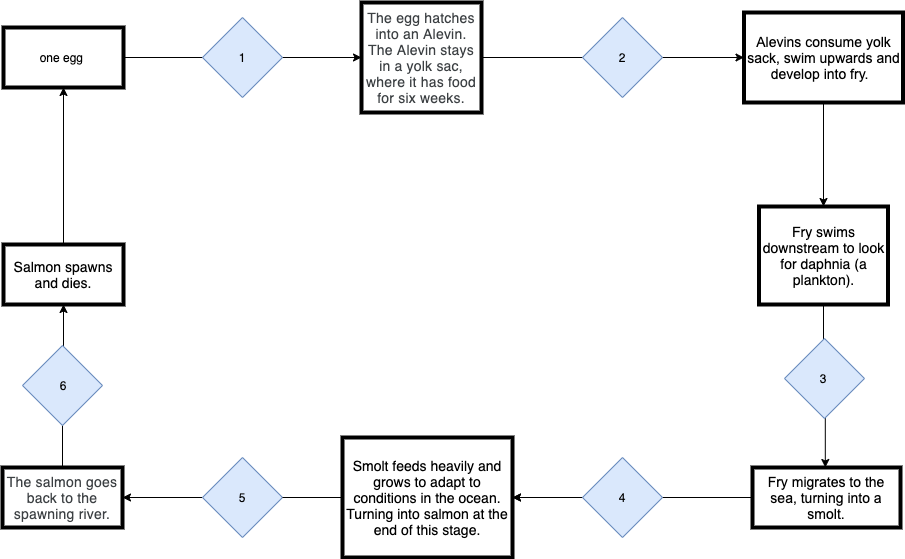
callysto/lesson-plans keeps this draw.io diagram as notebooks/salmon-fishing/images/Life_Cycle.png. Above is the earlier version. Source tidied: cells renumbered, new cells last; positions are measured from the earlier drawing's top-left corner, leaving out a move shared by most shapes. Its diagram source:
```xml
<mxGraphModel math="1">
  <root>
    <mxCell id="0" />
    <mxCell id="1" parent="0" />
    <mxCell id="2" style="edgeStyle=orthogonalEdgeStyle;rounded=0;jettySize=auto;html=1;" parent="1" edge="1" source="3" target="5">
      <mxGeometry relative="1" as="geometry" />
    </mxCell>
    <mxCell id="3" value="one egg&amp;nbsp;" style="rounded=0;whiteSpace=wrap;html=1;strokeWidth=4;" parent="1" vertex="1">
      <mxGeometry x="1" y="25" width="120" height="60" as="geometry" />
    </mxCell>
    <mxCell id="4" style="edgeStyle=orthogonalEdgeStyle;rounded=0;jettySize=auto;html=1;" parent="1" edge="1" source="5" target="7">
      <mxGeometry relative="1" as="geometry" />
    </mxCell>
    <mxCell id="5" value="&lt;span style=&quot;color: rgb(60 , 64 , 67) ; font-size: 14px ; letter-spacing: 0.2px ; text-align: left ; background-color: rgb(255 , 255 , 255)&quot;&gt;The egg hatches into an Alevin. The Alevin stays in a yolk sac, where it has food for six weeks.&lt;/span&gt;" style="whiteSpace=wrap;html=1;rounded=0;strokeWidth=4;" parent="1" vertex="1">
      <mxGeometry x="359" width="120" height="110" as="geometry" />
    </mxCell>
    <mxCell id="6" style="edgeStyle=orthogonalEdgeStyle;rounded=0;jettySize=auto;html=1;" parent="1" edge="1" source="7" target="9">
      <mxGeometry relative="1" as="geometry" />
    </mxCell>
    <mxCell id="7" value="&lt;font style=&quot;font-size: 14px&quot;&gt;&lt;span id=&quot;docs-internal-guid-9cf1933e-7fff-e77f-7c76-24e87ac06113&quot;&gt;&lt;span style=&quot;font-family: &amp;#34;arial&amp;#34; ; background-color: rgb(255 , 255 , 255) ; vertical-align: baseline&quot;&gt;Alevins consume yolk sack, swim upwards and develop into fry. &lt;/span&gt;&lt;/span&gt;&amp;nbsp;&lt;/font&gt;" style="whiteSpace=wrap;html=1;rounded=0;strokeWidth=4;" parent="1" vertex="1">
      <mxGeometry x="741.5" y="10" width="159" height="90" as="geometry" />
    </mxCell>
    <mxCell id="8" style="edgeStyle=orthogonalEdgeStyle;rounded=0;jettySize=auto;html=1;entryX=0.492;entryY=0;entryDx=0;entryDy=0;entryPerimeter=0;" parent="1" edge="1" source="9" target="11">
      <mxGeometry relative="1" as="geometry" />
    </mxCell>
    <mxCell id="9" value="&lt;font style=&quot;font-size: 14px&quot;&gt;Fry swims downstream to look for daphnia (a plankton).&lt;/font&gt;" style="whiteSpace=wrap;html=1;rounded=0;strokeWidth=4;" parent="1" vertex="1">
      <mxGeometry x="756.5" y="204" width="129" height="98" as="geometry" />
    </mxCell>
    <mxCell id="10" style="edgeStyle=orthogonalEdgeStyle;rounded=0;jettySize=auto;html=1;" parent="1" edge="1" source="11" target="13">
      <mxGeometry relative="1" as="geometry" />
    </mxCell>
    <mxCell id="11" value="&lt;span id=&quot;docs-internal-guid-00f356fd-7fff-64b0-d582-ce32b85f8381&quot;&gt;&lt;span style=&quot;font-family: &amp;#34;arial&amp;#34; ; background-color: rgb(255 , 255 , 255) ; vertical-align: baseline&quot;&gt;&lt;font style=&quot;font-size: 14px&quot;&gt;Fry migrates to the sea, turning into a smolt.&lt;/font&gt;&lt;/span&gt;&lt;/span&gt;" style="whiteSpace=wrap;html=1;rounded=0;strokeWidth=4;" parent="1" vertex="1">
      <mxGeometry x="750" y="465" width="148" height="60" as="geometry" />
    </mxCell>
    <mxCell id="12" style="edgeStyle=orthogonalEdgeStyle;rounded=0;jettySize=auto;html=1;" parent="1" edge="1" source="29" target="15">
      <mxGeometry relative="1" as="geometry" />
    </mxCell>
    <mxCell id="13" value="&lt;span id=&quot;docs-internal-guid-3c3a2637-7fff-790e-e4d3-d9a74cab27d3&quot;&gt;&lt;span style=&quot;background-color: rgb(255 , 255 , 255) ; vertical-align: baseline&quot;&gt;&lt;font style=&quot;font-size: 14px&quot;&gt;Smolt feeds heavily and grows to adapt to conditions in the ocean. Turning into salmon at the end of this stage. &lt;/font&gt;&lt;/span&gt;&lt;/span&gt;" style="whiteSpace=wrap;html=1;rounded=0;strokeWidth=4;" parent="1" vertex="1">
      <mxGeometry x="340" y="435" width="170" height="120" as="geometry" />
    </mxCell>
    <mxCell id="14" style="edgeStyle=orthogonalEdgeStyle;rounded=0;jettySize=auto;html=1;entryX=0.5;entryY=1;entryDx=0;entryDy=0;" parent="1" edge="1" source="15" target="17">
      <mxGeometry relative="1" as="geometry" />
    </mxCell>
    <mxCell id="15" value="&lt;span style=&quot;color: rgb(60 , 64 , 67) ; font-family: &amp;#34;roboto&amp;#34; , &amp;#34;robotodraft&amp;#34; , &amp;#34;helvetica&amp;#34; , &amp;#34;arial&amp;#34; , sans-serif ; font-size: 14px ; letter-spacing: 0.2px ; text-align: left ; background-color: rgb(255 , 255 , 255)&quot;&gt;The salmon goes back to the spawning river.&lt;/span&gt;" style="whiteSpace=wrap;html=1;rounded=0;strokeWidth=4;" parent="1" vertex="1">
      <mxGeometry y="465" width="120" height="60" as="geometry" />
    </mxCell>
    <mxCell id="16" style="edgeStyle=orthogonalEdgeStyle;rounded=0;jettySize=auto;html=1;entryX=0.5;entryY=1;entryDx=0;entryDy=0;" parent="1" edge="1" source="17" target="3">
      <mxGeometry relative="1" as="geometry" />
    </mxCell>
    <mxCell id="17" value="&lt;font style=&quot;font-size: 14px&quot;&gt;Salmon spawns and dies.&lt;/font&gt;" style="whiteSpace=wrap;html=1;rounded=0;strokeWidth=4;" parent="1" vertex="1">
      <mxGeometry x="1" y="242" width="120" height="60" as="geometry" />
    </mxCell>
    <mxCell id="18" style="rhombus;whiteSpace=wrap;html=1;fillColor=#dae8fc;strokeColor=#6c8ebf;" parent="1" vertex="1">
      <mxGeometry x="200" y="15" width="80" height="80" as="geometry" />
    </mxCell>
    <mxCell id="19" style="rhombus;whiteSpace=wrap;html=1;fillColor=#dae8fc;strokeColor=#6c8ebf;" parent="1" vertex="1">
      <mxGeometry x="580" y="15" width="80" height="80" as="geometry" />
    </mxCell>
    <mxCell id="20" style="rhombus;whiteSpace=wrap;html=1;fillColor=#dae8fc;strokeColor=#6c8ebf;" parent="1" vertex="1">
      <mxGeometry x="782" y="336" width="80" height="80" as="geometry" />
    </mxCell>
    <mxCell id="21" style="edgeStyle=orthogonalEdgeStyle;rounded=0;jettySize=auto;html=1;" parent="1" edge="1" source="22" target="13">
      <mxGeometry relative="1" as="geometry" />
    </mxCell>
    <mxCell id="22" style="rhombus;whiteSpace=wrap;html=1;fillColor=#dae8fc;strokeColor=#6c8ebf;" parent="1" vertex="1">
      <mxGeometry x="580" y="455" width="80" height="80" as="geometry" />
    </mxCell>
    <mxCell id="23" style="rhombus;whiteSpace=wrap;html=1;fillColor=#dae8fc;strokeColor=#6c8ebf;" parent="1" vertex="1">
      <mxGeometry x="20" y="343" width="80" height="80" as="geometry" />
    </mxCell>
    <mxCell id="24" value="1" style="text;html=1;strokeColor=none;fillColor=none;align=center;verticalAlign=middle;whiteSpace=wrap;rounded=0;" parent="1" vertex="1">
      <mxGeometry x="220" y="45" width="40" height="20" as="geometry" />
    </mxCell>
    <mxCell id="25" value="2" style="text;html=1;strokeColor=none;fillColor=none;align=center;verticalAlign=middle;whiteSpace=wrap;rounded=0;" parent="1" vertex="1">
      <mxGeometry x="600" y="45" width="40" height="20" as="geometry" />
    </mxCell>
    <mxCell id="26" value="3" style="text;html=1;strokeColor=none;fillColor=none;align=center;verticalAlign=middle;whiteSpace=wrap;rounded=0;" parent="1" vertex="1">
      <mxGeometry x="801" y="366" width="40" height="20" as="geometry" />
    </mxCell>
    <mxCell id="27" value="4" style="text;html=1;strokeColor=none;fillColor=none;align=center;verticalAlign=middle;whiteSpace=wrap;rounded=0;" parent="1" vertex="1">
      <mxGeometry x="600" y="485" width="40" height="20" as="geometry" />
    </mxCell>
    <mxCell id="28" value="6" style="text;html=1;strokeColor=none;fillColor=none;align=center;verticalAlign=middle;whiteSpace=wrap;rounded=0;" parent="1" vertex="1">
      <mxGeometry x="42" y="373" width="38" height="20" as="geometry" />
    </mxCell>
    <mxCell id="29" style="rhombus;whiteSpace=wrap;html=1;fillColor=#dae8fc;strokeColor=#6c8ebf;" parent="1" vertex="1">
      <mxGeometry x="200" y="455" width="80" height="80" as="geometry" />
    </mxCell>
    <mxCell id="30" value="5" style="text;html=1;strokeColor=none;fillColor=none;align=center;verticalAlign=middle;whiteSpace=wrap;rounded=0;" parent="1" vertex="1">
      <mxGeometry x="220" y="485" width="40" height="20" as="geometry" />
    </mxCell>
    <mxCell id="31" style="endArrow=none;html=1;exitX=1;exitY=0.5;exitDx=0;exitDy=0;entryX=0;entryY=0.5;entryDx=0;entryDy=0;" parent="1" edge="1" source="29" target="13">
      <mxGeometry relative="1" as="geometry" />
    </mxCell>
  </root>
</mxGraphModel>
```
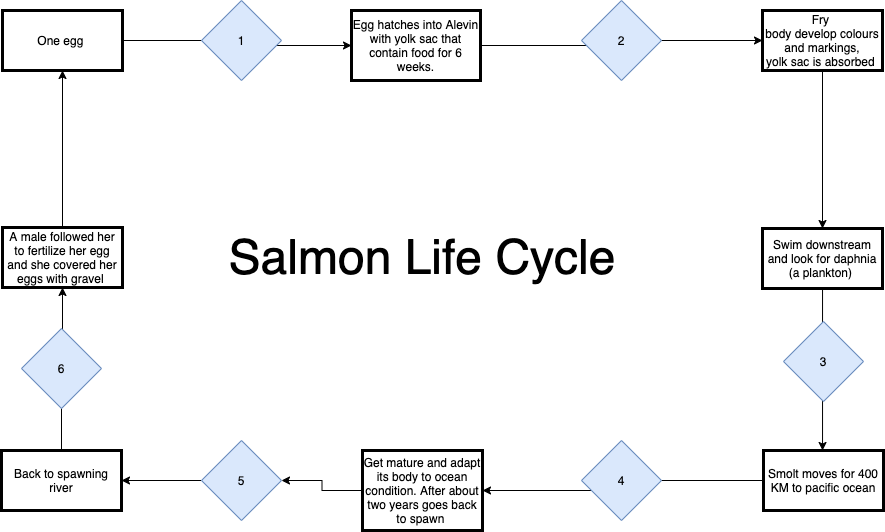
The same file after the commit.

Diff of the diagram source:
```diff
@@ -5,92 +5,74 @@
     <mxCell id="2" style="edgeStyle=orthogonalEdgeStyle;rounded=0;jettySize=auto;html=1;" parent="1" edge="1" source="3" target="5">
       <mxGeometry relative="1" as="geometry" />
     </mxCell>
-    <mxCell id="3" value="one egg&amp;nbsp;" style="rounded=0;whiteSpace=wrap;html=1;strokeWidth=4;" parent="1" vertex="1">
+    <mxCell id="3" value="One egg&amp;nbsp;" style="rounded=0;whiteSpace=wrap;html=1;strokeWidth=3;" parent="1" vertex="1">
       <mxGeometry x="1" y="25" width="120" height="60" as="geometry" />
     </mxCell>
     <mxCell id="4" style="edgeStyle=orthogonalEdgeStyle;rounded=0;jettySize=auto;html=1;" parent="1" edge="1" source="5" target="7">
       <mxGeometry relative="1" as="geometry" />
     </mxCell>
-    <mxCell id="5" value="&lt;span style=&quot;color: rgb(60 , 64 , 67) ; font-size: 14px ; letter-spacing: 0.2px ; text-align: left ; background-color: rgb(255 , 255 , 255)&quot;&gt;The egg hatches into an Alevin. The Alevin stays in a yolk sac, where it has food for six weeks.&lt;/span&gt;" style="whiteSpace=wrap;html=1;rounded=0;strokeWidth=4;" parent="1" vertex="1">
-      <mxGeometry x="359" width="120" height="110" as="geometry" />
+    <mxCell id="5" value="Egg hatches into Alevin with yolk sac that contain food for 6 weeks." style="whiteSpace=wrap;html=1;rounded=0;strokeWidth=3;" parent="1" vertex="1">
+      <mxGeometry x="350" y="25" width="129" height="70" as="geometry" />
     </mxCell>
     <mxCell id="6" style="edgeStyle=orthogonalEdgeStyle;rounded=0;jettySize=auto;html=1;" parent="1" edge="1" source="7" target="9">
       <mxGeometry relative="1" as="geometry" />
     </mxCell>
-    <mxCell id="7" value="&lt;font style=&quot;font-size: 14px&quot;&gt;&lt;span id=&quot;docs-internal-guid-9cf1933e-7fff-e77f-7c76-24e87ac06113&quot;&gt;&lt;span style=&quot;font-family: &amp;#34;arial&amp;#34; ; background-color: rgb(255 , 255 , 255) ; vertical-align: baseline&quot;&gt;Alevins consume yolk sack, swim upwards and develop into fry. &lt;/span&gt;&lt;/span&gt;&amp;nbsp;&lt;/font&gt;" style="whiteSpace=wrap;html=1;rounded=0;strokeWidth=4;" parent="1" vertex="1">
-      <mxGeometry x="741.5" y="10" width="159" height="90" as="geometry" />
+    <mxCell id="7" value="Fry&amp;nbsp;&lt;br&gt;body develop colours and markings,&lt;br&gt;yolk sac is absorbed&amp;nbsp;" style="whiteSpace=wrap;html=1;rounded=0;strokeWidth=3;" parent="1" vertex="1">
+      <mxGeometry x="761" y="25" width="120" height="60" as="geometry" />
     </mxCell>
     <mxCell id="8" style="edgeStyle=orthogonalEdgeStyle;rounded=0;jettySize=auto;html=1;entryX=0.492;entryY=0;entryDx=0;entryDy=0;entryPerimeter=0;" parent="1" edge="1" source="9" target="11">
       <mxGeometry relative="1" as="geometry" />
     </mxCell>
-    <mxCell id="9" value="&lt;font style=&quot;font-size: 14px&quot;&gt;Fry swims downstream to look for daphnia (a plankton).&lt;/font&gt;" style="whiteSpace=wrap;html=1;rounded=0;strokeWidth=4;" parent="1" vertex="1">
-      <mxGeometry x="756.5" y="204" width="129" height="98" as="geometry" />
+    <mxCell id="9" value="Swim downstream and look for daphnia (a plankton)&amp;nbsp;" style="whiteSpace=wrap;html=1;rounded=0;strokeWidth=3;" parent="1" vertex="1">
+      <mxGeometry x="761" y="243" width="120" height="60" as="geometry" />
     </mxCell>
     <mxCell id="10" style="edgeStyle=orthogonalEdgeStyle;rounded=0;jettySize=auto;html=1;" parent="1" edge="1" source="11" target="13">
       <mxGeometry relative="1" as="geometry" />
     </mxCell>
-    <mxCell id="11" value="&lt;span id=&quot;docs-internal-guid-00f356fd-7fff-64b0-d582-ce32b85f8381&quot;&gt;&lt;span style=&quot;font-family: &amp;#34;arial&amp;#34; ; background-color: rgb(255 , 255 , 255) ; vertical-align: baseline&quot;&gt;&lt;font style=&quot;font-size: 14px&quot;&gt;Fry migrates to the sea, turning into a smolt.&lt;/font&gt;&lt;/span&gt;&lt;/span&gt;" style="whiteSpace=wrap;html=1;rounded=0;strokeWidth=4;" parent="1" vertex="1">
-      <mxGeometry x="750" y="465" width="148" height="60" as="geometry" />
+    <mxCell id="11" value="Smolt moves for 400 KM to pacific ocean" style="whiteSpace=wrap;html=1;rounded=0;strokeWidth=3;" parent="1" vertex="1">
+      <mxGeometry x="762" y="465" width="120" height="60" as="geometry" />
     </mxCell>
     <mxCell id="12" style="edgeStyle=orthogonalEdgeStyle;rounded=0;jettySize=auto;html=1;" parent="1" edge="1" source="29" target="15">
       <mxGeometry relative="1" as="geometry" />
     </mxCell>
-    <mxCell id="13" value="&lt;span id=&quot;docs-internal-guid-3c3a2637-7fff-790e-e4d3-d9a74cab27d3&quot;&gt;&lt;span style=&quot;background-color: rgb(255 , 255 , 255) ; vertical-align: baseline&quot;&gt;&lt;font style=&quot;font-size: 14px&quot;&gt;Smolt feeds heavily and grows to adapt to conditions in the ocean. Turning into salmon at the end of this stage. &lt;/font&gt;&lt;/span&gt;&lt;/span&gt;" style="whiteSpace=wrap;html=1;rounded=0;strokeWidth=4;" parent="1" vertex="1">
-      <mxGeometry x="340" y="435" width="170" height="120" as="geometry" />
+    <mxCell id="13" value="Get mature and adapt its body to ocean condition. After about two years goes back to spawn&amp;nbsp;" style="whiteSpace=wrap;html=1;rounded=0;strokeWidth=3;" parent="1" vertex="1">
+      <mxGeometry x="361" y="465" width="120" height="80" as="geometry" />
     </mxCell>
     <mxCell id="14" style="edgeStyle=orthogonalEdgeStyle;rounded=0;jettySize=auto;html=1;entryX=0.5;entryY=1;entryDx=0;entryDy=0;" parent="1" edge="1" source="15" target="17">
       <mxGeometry relative="1" as="geometry" />
     </mxCell>
-    <mxCell id="15" value="&lt;span style=&quot;color: rgb(60 , 64 , 67) ; font-family: &amp;#34;roboto&amp;#34; , &amp;#34;robotodraft&amp;#34; , &amp;#34;helvetica&amp;#34; , &amp;#34;arial&amp;#34; , sans-serif ; font-size: 14px ; letter-spacing: 0.2px ; text-align: left ; background-color: rgb(255 , 255 , 255)&quot;&gt;The salmon goes back to the spawning river.&lt;/span&gt;" style="whiteSpace=wrap;html=1;rounded=0;strokeWidth=4;" parent="1" vertex="1">
+    <mxCell id="15" value="Back to spawning river" style="whiteSpace=wrap;html=1;rounded=0;strokeWidth=3;" parent="1" vertex="1">
       <mxGeometry y="465" width="120" height="60" as="geometry" />
     </mxCell>
     <mxCell id="16" style="edgeStyle=orthogonalEdgeStyle;rounded=0;jettySize=auto;html=1;entryX=0.5;entryY=1;entryDx=0;entryDy=0;" parent="1" edge="1" source="17" target="3">
       <mxGeometry relative="1" as="geometry" />
     </mxCell>
-    <mxCell id="17" value="&lt;font style=&quot;font-size: 14px&quot;&gt;Salmon spawns and dies.&lt;/font&gt;" style="whiteSpace=wrap;html=1;rounded=0;strokeWidth=4;" parent="1" vertex="1">
+    <mxCell id="17" value="A male followed her to fertilize her egg and she covered her eggs with gravel&amp;nbsp;" style="whiteSpace=wrap;html=1;rounded=0;strokeWidth=3;" parent="1" vertex="1">
       <mxGeometry x="1" y="242" width="120" height="60" as="geometry" />
     </mxCell>
-    <mxCell id="18" style="rhombus;whiteSpace=wrap;html=1;fillColor=#dae8fc;strokeColor=#6c8ebf;" parent="1" vertex="1">
+    <mxCell id="18" value="1" style="rhombus;whiteSpace=wrap;html=1;fillColor=#dae8fc;strokeColor=#6c8ebf;" parent="1" vertex="1">
       <mxGeometry x="200" y="15" width="80" height="80" as="geometry" />
     </mxCell>
-    <mxCell id="19" style="rhombus;whiteSpace=wrap;html=1;fillColor=#dae8fc;strokeColor=#6c8ebf;" parent="1" vertex="1">
+    <mxCell id="19" value="2" style="rhombus;whiteSpace=wrap;html=1;fillColor=#dae8fc;strokeColor=#6c8ebf;" parent="1" vertex="1">
       <mxGeometry x="580" y="15" width="80" height="80" as="geometry" />
     </mxCell>
-    <mxCell id="20" style="rhombus;whiteSpace=wrap;html=1;fillColor=#dae8fc;strokeColor=#6c8ebf;" parent="1" vertex="1">
+    <mxCell id="20" value="3" style="rhombus;whiteSpace=wrap;html=1;fillColor=#dae8fc;strokeColor=#6c8ebf;" parent="1" vertex="1">
       <mxGeometry x="782" y="336" width="80" height="80" as="geometry" />
     </mxCell>
-    <mxCell id="21" style="edgeStyle=orthogonalEdgeStyle;rounded=0;jettySize=auto;html=1;" parent="1" edge="1" source="22" target="13">
-      <mxGeometry relative="1" as="geometry" />
-    </mxCell>
-    <mxCell id="22" style="rhombus;whiteSpace=wrap;html=1;fillColor=#dae8fc;strokeColor=#6c8ebf;" parent="1" vertex="1">
+    <mxCell id="22" value="4" style="rhombus;whiteSpace=wrap;html=1;fillColor=#dae8fc;strokeColor=#6c8ebf;" parent="1" vertex="1">
       <mxGeometry x="580" y="455" width="80" height="80" as="geometry" />
     </mxCell>
-    <mxCell id="23" style="rhombus;whiteSpace=wrap;html=1;fillColor=#dae8fc;strokeColor=#6c8ebf;" parent="1" vertex="1">
+    <mxCell id="23" value="6" style="rhombus;whiteSpace=wrap;html=1;fillColor=#dae8fc;strokeColor=#6c8ebf;" parent="1" vertex="1">
       <mxGeometry x="20" y="343" width="80" height="80" as="geometry" />
     </mxCell>
-    <mxCell id="24" value="1" style="text;html=1;strokeColor=none;fillColor=none;align=center;verticalAlign=middle;whiteSpace=wrap;rounded=0;" parent="1" vertex="1">
-      <mxGeometry x="220" y="45" width="40" height="20" as="geometry" />
-    </mxCell>
-    <mxCell id="25" value="2" style="text;html=1;strokeColor=none;fillColor=none;align=center;verticalAlign=middle;whiteSpace=wrap;rounded=0;" parent="1" vertex="1">
-      <mxGeometry x="600" y="45" width="40" height="20" as="geometry" />
-    </mxCell>
-    <mxCell id="26" value="3" style="text;html=1;strokeColor=none;fillColor=none;align=center;verticalAlign=middle;whiteSpace=wrap;rounded=0;" parent="1" vertex="1">
-      <mxGeometry x="801" y="366" width="40" height="20" as="geometry" />
-    </mxCell>
-    <mxCell id="27" value="4" style="text;html=1;strokeColor=none;fillColor=none;align=center;verticalAlign=middle;whiteSpace=wrap;rounded=0;" parent="1" vertex="1">
-      <mxGeometry x="600" y="485" width="40" height="20" as="geometry" />
-    </mxCell>
-    <mxCell id="28" value="6" style="text;html=1;strokeColor=none;fillColor=none;align=center;verticalAlign=middle;whiteSpace=wrap;rounded=0;" parent="1" vertex="1">
-      <mxGeometry x="42" y="373" width="38" height="20" as="geometry" />
-    </mxCell>
-    <mxCell id="29" style="rhombus;whiteSpace=wrap;html=1;fillColor=#dae8fc;strokeColor=#6c8ebf;" parent="1" vertex="1">
+    <mxCell id="29" value="5" style="rhombus;whiteSpace=wrap;html=1;fillColor=#dae8fc;strokeColor=#6c8ebf;" parent="1" vertex="1">
       <mxGeometry x="200" y="455" width="80" height="80" as="geometry" />
     </mxCell>
-    <mxCell id="30" value="5" style="text;html=1;strokeColor=none;fillColor=none;align=center;verticalAlign=middle;whiteSpace=wrap;rounded=0;" parent="1" vertex="1">
-      <mxGeometry x="220" y="485" width="40" height="20" as="geometry" />
-    </mxCell>
-    <mxCell id="31" style="endArrow=none;html=1;exitX=1;exitY=0.5;exitDx=0;exitDy=0;entryX=0;entryY=0.5;entryDx=0;entryDy=0;" parent="1" edge="1" source="29" target="13">
-      <mxGeometry relative="1" as="geometry" />
-    </mxCell>
+    <mxCell id="32" style="edgeStyle=orthogonalEdgeStyle;rounded=0;jettySize=auto;html=1;" parent="1" edge="1" source="13" target="29">
+      <mxGeometry relative="1" as="geometry" />
+    </mxCell>
+    <mxCell id="33" value="&lt;font style=&quot;font-size: 48px&quot;&gt;Salmon Life Cycle&lt;/font&gt;" style="text;html=1;strokeColor=none;fillColor=none;align=center;verticalAlign=middle;whiteSpace=wrap;rounded=0;" parent="1" vertex="1">
+      <mxGeometry x="221" y="262" width="400" height="20" as="geometry" />
+    </mxCell>
   </root>
 </mxGraphModel>
```
